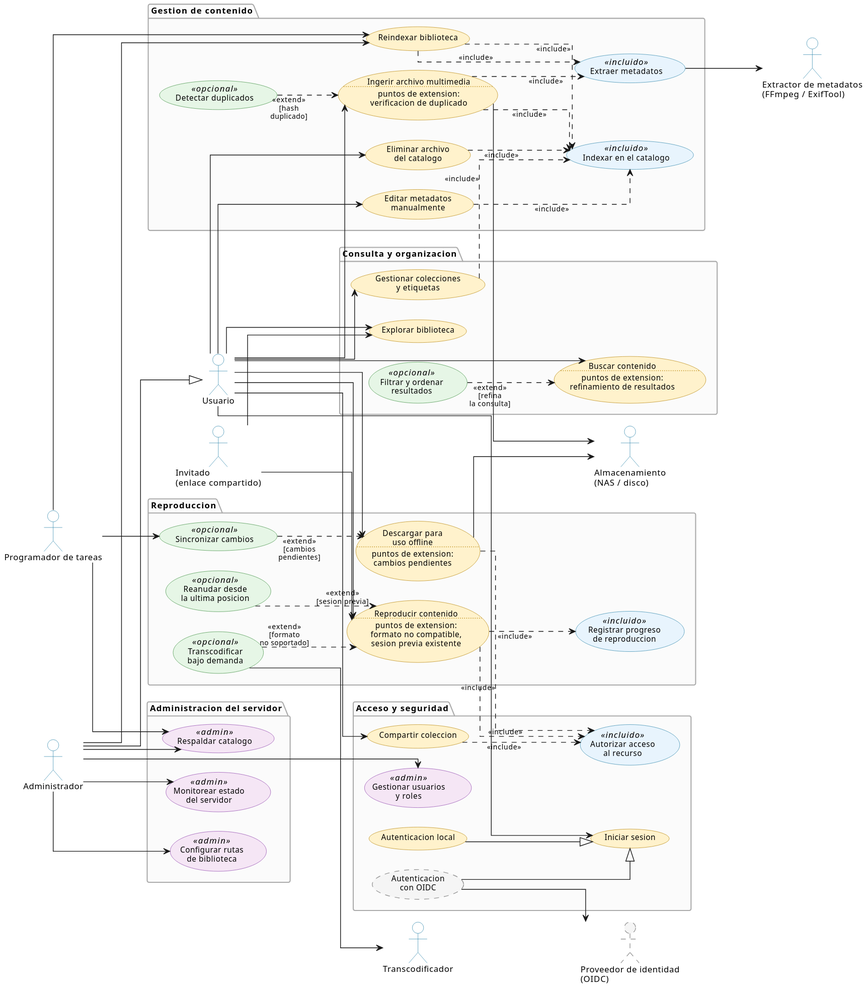
Above: docs/architecture/software/es/OmniStream-CasosDeUso.svg in fe-ba/OmniStream (PlantUML), before the change.
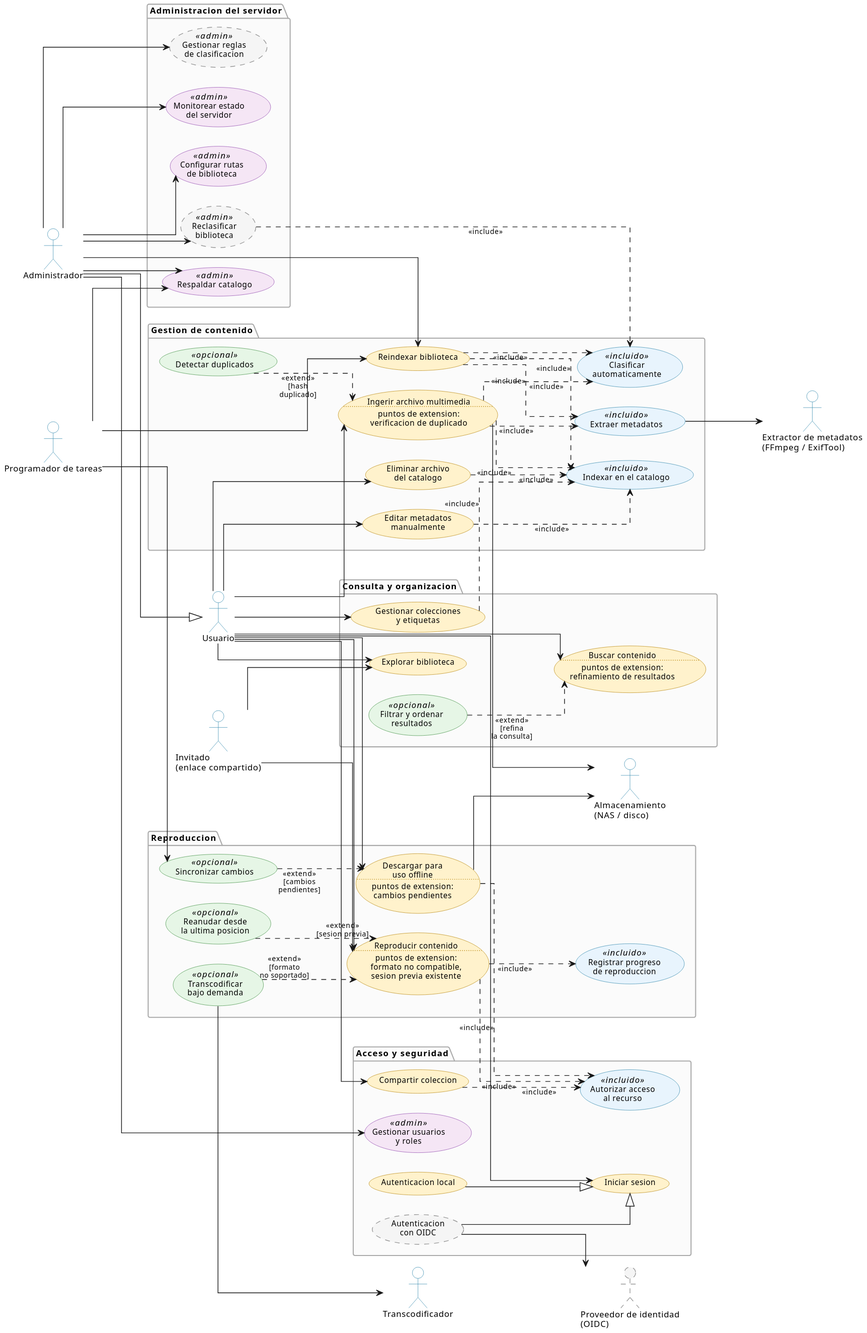
The same diagram one commit later.

What changed in the source:
```diff
@@ -45,6 +45,7 @@
   usecase "Detectar duplicados"                   as UC5 <<opcional>>
   usecase "Editar metadatos\nmanualmente"         as UC6
   usecase "Eliminar archivo\ndel catalogo"        as UC7
+  usecase "Clasificar\nautomaticamente"         as UC25 <<incluido>>
 }
 
 package "Consulta y organizacion" {
@@ -76,6 +77,8 @@
   usecase "Configurar rutas\nde biblioteca"   as UC22 <<admin>>
   usecase "Respaldar catalogo"                as UC23 <<admin>>
   usecase "Monitorear estado\ndel servidor"   as UC24 <<admin>>
+  usecase "Gestionar reglas\nde clasificacion" as UC26 <<admin>> #F5F5F5;line.dashed;line:999999
+  usecase "Reclasificar\nbiblioteca"          as UC27 <<admin>> #F5F5F5;line.dashed;line:999999
 }
 
 actor "Almacenamiento\n(NAS / disco)"               as SysFs
@@ -103,6 +106,8 @@
 Admin --> UC22
 Admin --> UC23
 Admin --> UC24
+Admin --> UC26
+Admin --> UC27
 
 UC3   --> SysMeta
 UC1   --> SysFs
@@ -117,6 +122,9 @@
 UC1  ..> UC4  : <<include>>
 UC2  ..> UC3  : <<include>>
 UC2  ..> UC4  : <<include>>
+UC1  ..> UC25 : <<include>>
+UC2  ..> UC25 : <<include>>
+UC27 ..> UC25 : <<include>>
 UC6  ..> UC4  : <<include>>
 UC7  ..> UC4  : <<include>>
 UC11 ..> UC4  : <<include>>
```
